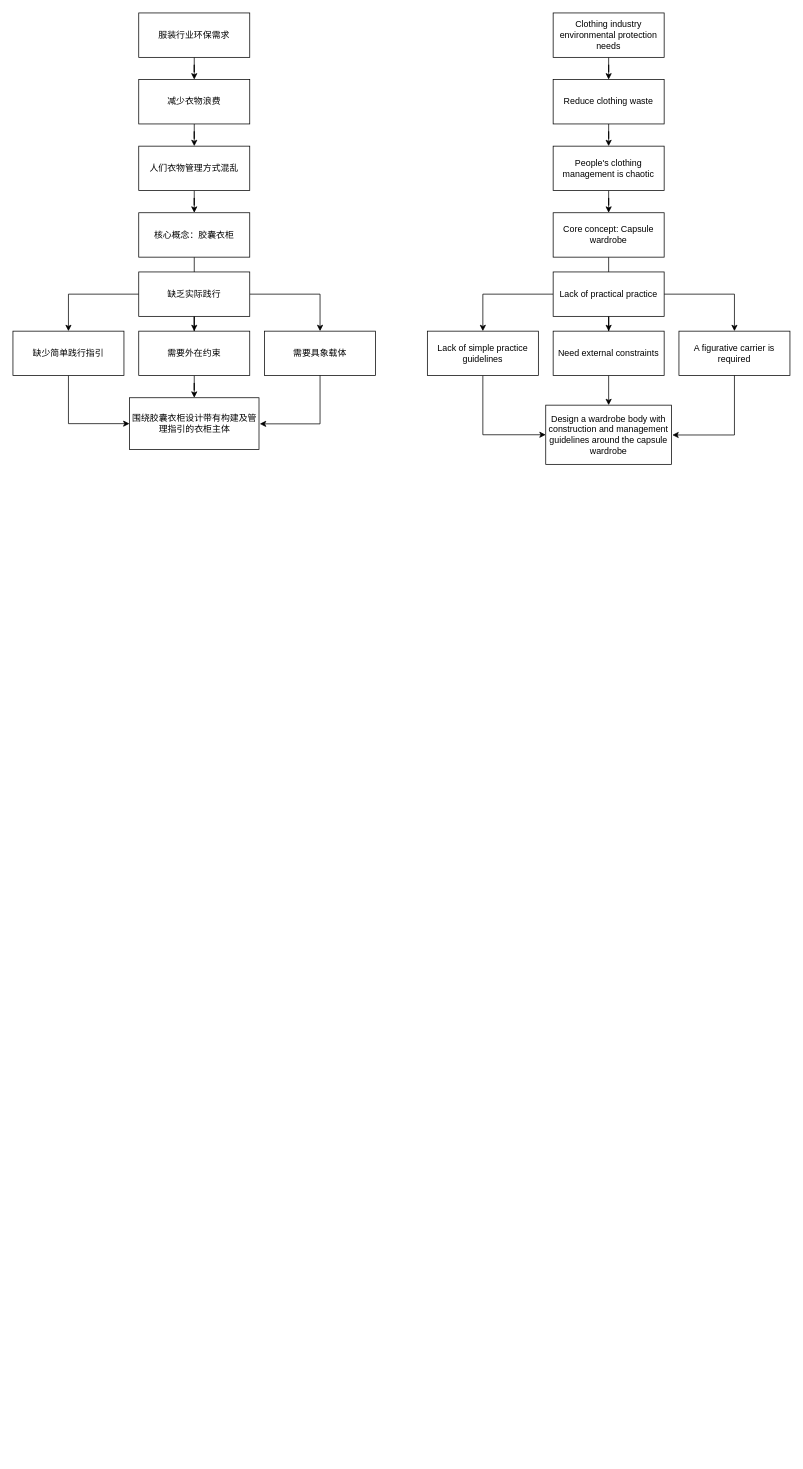
x1528045870/x1528045870 keeps this draw.io diagram as wardrobe capsule.drawio. Above is the earlier version. Source tidied: cells renumbered, new cells numbered last; positions are measured from the earlier drawing's top-left corner, leaving out a move shared by most shapes. Both pictures are drawn from the tidied source at 74%, with x=0, y=0 at pixel (13, 13).
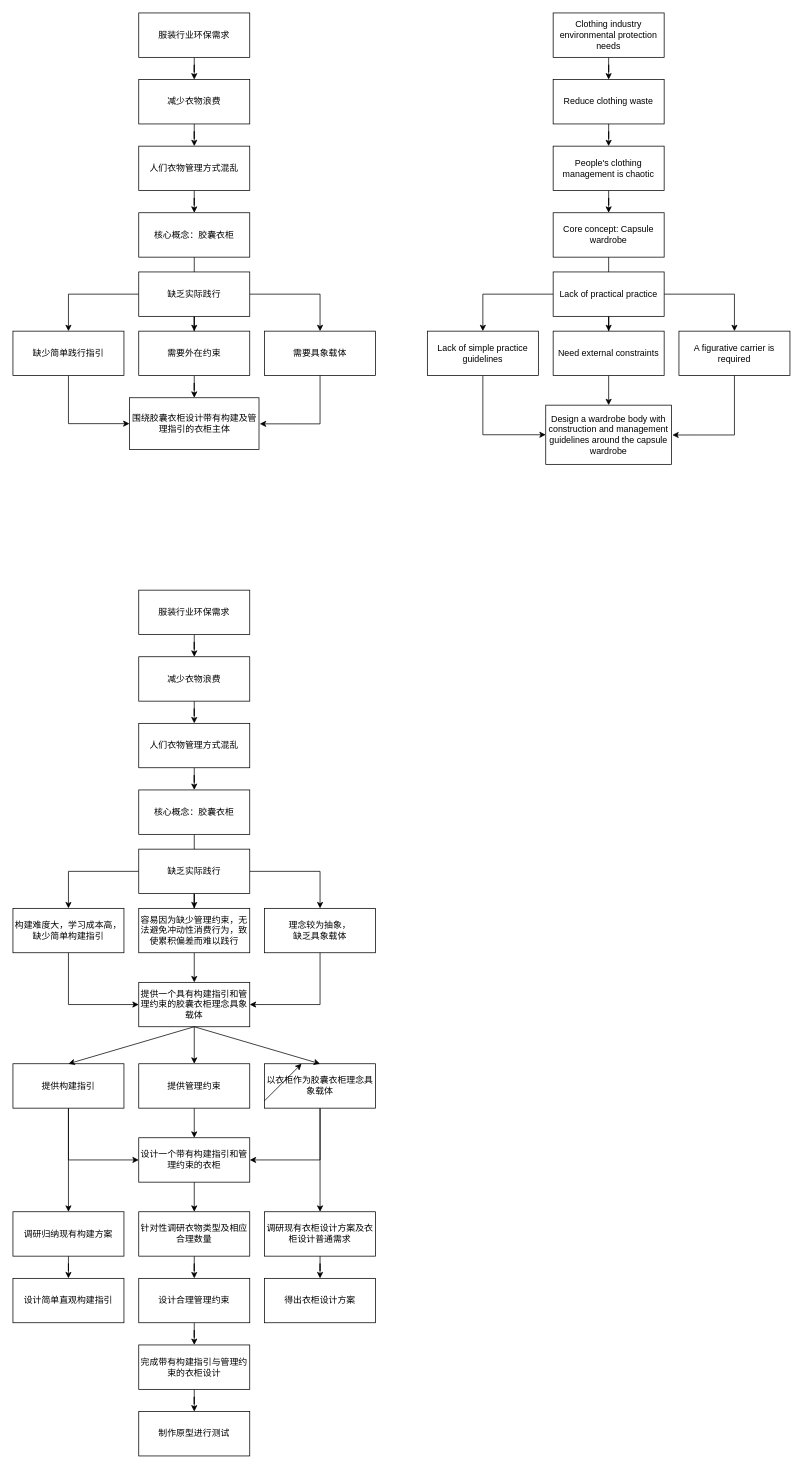
Above is the later version.

Diff of the diagram source:
```diff
@@
+    <mxCell id="40" style="edgeStyle=orthogonalEdgeStyle;rounded=0;jettySize=auto;html=1;" parent="1" edge="1" source="41">
+      <mxGeometry relative="1" as="geometry">
+        <mxPoint x="245" y="1190" as="targetPoint" />
+      </mxGeometry>
+    </mxCell>
+    <mxCell id="41" value="核心概念：胶囊衣柜" style="rounded=0;whiteSpace=wrap;html=1;" parent="1" vertex="1">
+      <mxGeometry x="170" y="1050" width="150" height="60" as="geometry" />
+    </mxCell>
+    <mxCell id="42" style="edgeStyle=orthogonalEdgeStyle;rounded=0;jettySize=auto;html=1;" parent="1" edge="1" source="43" target="45">
+      <mxGeometry relative="1" as="geometry" />
+    </mxCell>
+    <mxCell id="43" value="服装行业环保需求" style="rounded=0;whiteSpace=wrap;html=1;" parent="1" vertex="1">
+      <mxGeometry x="170" y="780" width="150" height="60" as="geometry" />
+    </mxCell>
+    <mxCell id="44" style="edgeStyle=orthogonalEdgeStyle;rounded=0;jettySize=auto;html=1;" parent="1" edge="1" source="45" target="47">
+      <mxGeometry relative="1" as="geometry" />
+    </mxCell>
+    <mxCell id="45" value="减少衣物浪费" style="rounded=0;whiteSpace=wrap;html=1;" parent="1" vertex="1">
+      <mxGeometry x="170" y="870" width="150" height="60" as="geometry" />
+    </mxCell>
+    <mxCell id="46" style="edgeStyle=orthogonalEdgeStyle;rounded=0;jettySize=auto;html=1;" parent="1" edge="1" source="47" target="41">
+      <mxGeometry relative="1" as="geometry" />
+    </mxCell>
+    <mxCell id="47" value="人们衣物管理方式混乱" style="rounded=0;whiteSpace=wrap;html=1;" parent="1" vertex="1">
+      <mxGeometry x="170" y="960" width="150" height="60" as="geometry" />
+    </mxCell>
+    <mxCell id="48" style="edgeStyle=orthogonalEdgeStyle;rounded=0;jettySize=auto;html=1;" parent="1" edge="1" source="51" target="53">
+      <mxGeometry relative="1" as="geometry" />
+    </mxCell>
+    <mxCell id="49" style="edgeStyle=orthogonalEdgeStyle;rounded=0;jettySize=auto;html=1;" parent="1" edge="1" source="51" target="52">
+      <mxGeometry relative="1" as="geometry" />
+    </mxCell>
+    <mxCell id="50" style="edgeStyle=orthogonalEdgeStyle;rounded=0;jettySize=auto;html=1;" parent="1" edge="1" source="51" target="55">
+      <mxGeometry relative="1" as="geometry" />
+    </mxCell>
+    <mxCell id="51" value="缺乏实际践行" style="rounded=0;whiteSpace=wrap;html=1;" parent="1" vertex="1">
+      <mxGeometry x="170" y="1130" width="150" height="60" as="geometry" />
+    </mxCell>
+    <mxCell id="52" value="构建难度大，学习成本高，缺少简单构建指引" style="rounded=0;whiteSpace=wrap;html=1;" parent="1" vertex="1">
+      <mxGeometry y="1210" width="150" height="60" as="geometry" />
+    </mxCell>
+    <mxCell id="53" value="理念较为抽象，&lt;br&gt;缺乏具象载体" style="rounded=0;whiteSpace=wrap;html=1;" parent="1" vertex="1">
+      <mxGeometry x="340" y="1210" width="150" height="60" as="geometry" />
+    </mxCell>
+    <mxCell id="54" style="edgeStyle=orthogonalEdgeStyle;rounded=0;jettySize=auto;html=1;" parent="1" edge="1" source="55" target="57">
+      <mxGeometry relative="1" as="geometry" />
+    </mxCell>
+    <mxCell id="55" value="容易因为缺少管理约束，无法避免冲动性消费行为，致使累积偏差而难以践行" style="rounded=0;whiteSpace=wrap;html=1;" parent="1" vertex="1">
+      <mxGeometry x="170" y="1210" width="150" height="60" as="geometry" />
+    </mxCell>
+    <mxCell id="56" style="edgeStyle=orthogonalEdgeStyle;rounded=0;jettySize=auto;html=1;" parent="1" edge="1" source="57" target="64">
+      <mxGeometry relative="1" as="geometry" />
+    </mxCell>
+    <mxCell id="57" value="提供一个具有构建指引和管理约束的胶囊衣柜理念具象载体" style="rounded=0;whiteSpace=wrap;html=1;" parent="1" vertex="1">
+      <mxGeometry x="170" y="1310" width="150" height="60" as="geometry" />
+    </mxCell>
+    <mxCell id="58" style="endArrow=classic;html=1;rounded=0;exitX=0.5;exitY=1;exitDx=0;exitDy=0;entryX=0;entryY=0.5;entryDx=0;entryDy=0;" parent="1" edge="1" source="52" target="57">
+      <mxGeometry relative="1" as="geometry">
+        <Array as="points">
+          <mxPoint x="75" y="1340" />
+        </Array>
+      </mxGeometry>
+    </mxCell>
+    <mxCell id="59" style="endArrow=classic;html=1;rounded=0;exitX=0.5;exitY=1;exitDx=0;exitDy=0;entryX=1;entryY=0.5;entryDx=0;entryDy=0;" parent="1" edge="1" source="53" target="57">
+      <mxGeometry relative="1" as="geometry">
+        <Array as="points">
+          <mxPoint x="415" y="1340" />
+        </Array>
+      </mxGeometry>
+    </mxCell>
+    <mxCell id="60" style="edgeStyle=orthogonalEdgeStyle;rounded=0;jettySize=auto;html=1;entryX=0;entryY=0.5;entryDx=0;entryDy=0;" parent="1" edge="1" source="62" target="71">
+      <mxGeometry relative="1" as="geometry">
+        <Array as="points">
+          <mxPoint x="75" y="1550" />
+        </Array>
+      </mxGeometry>
+    </mxCell>
+    <mxCell id="61" style="edgeStyle=orthogonalEdgeStyle;rounded=0;jettySize=auto;html=1;exitX=0.5;exitY=1;exitDx=0;exitDy=0;entryX=0.5;entryY=0;entryDx=0;entryDy=0;" parent="1" edge="1" source="62" target="73">
+      <mxGeometry relative="1" as="geometry">
+        <Array as="points">
+          <mxPoint x="75" y="1530" />
+          <mxPoint x="75" y="1530" />
+        </Array>
+      </mxGeometry>
+    </mxCell>
+    <mxCell id="62" value="提供构建指引" style="rounded=0;whiteSpace=wrap;html=1;" parent="1" vertex="1">
+      <mxGeometry y="1420" width="150" height="60" as="geometry" />
+    </mxCell>
+    <mxCell id="63" style="edgeStyle=orthogonalEdgeStyle;rounded=0;jettySize=auto;html=1;" parent="1" edge="1" source="64" target="71">
+      <mxGeometry relative="1" as="geometry" />
+    </mxCell>
+    <mxCell id="64" value="提供管理约束" style="rounded=0;whiteSpace=wrap;html=1;" parent="1" vertex="1">
+      <mxGeometry x="170" y="1420" width="150" height="60" as="geometry" />
+    </mxCell>
+    <mxCell id="65" style="endArrow=classic;html=1;rounded=0;exitX=0.5;exitY=1;exitDx=0;exitDy=0;entryX=0.5;entryY=0;entryDx=0;entryDy=0;" parent="1" edge="1" source="57" target="62">
+      <mxGeometry relative="1" as="geometry" />
+    </mxCell>
+    <mxCell id="66" style="edgeStyle=orthogonalEdgeStyle;rounded=0;jettySize=auto;html=1;entryX=1;entryY=0.5;entryDx=0;entryDy=0;" parent="1" edge="1" source="68" target="71">
+      <mxGeometry relative="1" as="geometry">
+        <Array as="points">
+          <mxPoint x="415" y="1550" />
+        </Array>
+      </mxGeometry>
+    </mxCell>
+    <mxCell id="67" style="edgeStyle=orthogonalEdgeStyle;rounded=0;jettySize=auto;html=1;" parent="1" edge="1" source="68" target="77">
+      <mxGeometry relative="1" as="geometry" />
+    </mxCell>
+    <mxCell id="68" value="以衣柜作为胶囊衣柜理念具象载体" style="rounded=0;whiteSpace=wrap;html=1;" parent="1" vertex="1">
+      <mxGeometry x="340" y="1420" width="150" height="60" as="geometry" />
+    </mxCell>
+    <mxCell id="69" style="endArrow=classic;html=1;rounded=0;exitX=0.5;exitY=1;exitDx=0;exitDy=0;entryX=0.5;entryY=0;entryDx=0;entryDy=0;" parent="1" edge="1" source="57" target="68">
+      <mxGeometry relative="1" as="geometry" />
+    </mxCell>
+    <mxCell id="70" style="edgeStyle=orthogonalEdgeStyle;rounded=0;jettySize=auto;html=1;" parent="1" edge="1" source="71" target="75">
+      <mxGeometry relative="1" as="geometry" />
+    </mxCell>
+    <mxCell id="71" value="设计一个带有构建指引和管理约束的衣柜" style="rounded=0;whiteSpace=wrap;html=1;" parent="1" vertex="1">
+      <mxGeometry x="170" y="1520" width="150" height="60" as="geometry" />
+    </mxCell>
+    <mxCell id="72" style="edgeStyle=orthogonalEdgeStyle;rounded=0;jettySize=auto;html=1;" parent="1" edge="1" source="73" target="78">
+      <mxGeometry relative="1" as="geometry" />
+    </mxCell>
+    <mxCell id="73" value="调研归纳现有构建方案" style="rounded=0;whiteSpace=wrap;html=1;" parent="1" vertex="1">
+      <mxGeometry y="1620" width="150" height="60" as="geometry" />
+    </mxCell>
+    <mxCell id="74" style="edgeStyle=orthogonalEdgeStyle;rounded=0;jettySize=auto;html=1;" parent="1" edge="1" source="75" target="81">
+      <mxGeometry relative="1" as="geometry" />
+    </mxCell>
+    <mxCell id="75" value="针对性调研衣物类型及相应合理数量" style="rounded=0;whiteSpace=wrap;html=1;" parent="1" vertex="1">
+      <mxGeometry x="170" y="1620" width="150" height="60" as="geometry" />
+    </mxCell>
+    <mxCell id="76" style="edgeStyle=orthogonalEdgeStyle;rounded=0;jettySize=auto;html=1;" parent="1" edge="1" source="77" target="82">
+      <mxGeometry relative="1" as="geometry" />
+    </mxCell>
+    <mxCell id="77" value="调研现有衣柜设计方案及衣柜设计普通需求" style="rounded=0;whiteSpace=wrap;html=1;" parent="1" vertex="1">
+      <mxGeometry x="340" y="1620" width="150" height="60" as="geometry" />
+    </mxCell>
+    <mxCell id="78" value="设计简单直观构建指引" style="rounded=0;whiteSpace=wrap;html=1;" parent="1" vertex="1">
+      <mxGeometry y="1710" width="150" height="60" as="geometry" />
+    </mxCell>
+    <mxCell id="79" style="endArrow=classic;html=1;rounded=0;" parent="1" edge="1">
+      <mxGeometry relative="1" as="geometry">
+        <mxPoint x="340" y="1470" as="sourcePoint" />
+        <mxPoint x="390" y="1420" as="targetPoint" />
+      </mxGeometry>
+    </mxCell>
+    <mxCell id="80" style="edgeStyle=orthogonalEdgeStyle;rounded=0;jettySize=auto;html=1;" parent="1" edge="1" source="81" target="84">
+      <mxGeometry relative="1" as="geometry" />
+    </mxCell>
+    <mxCell id="81" value="设计合理管理约束" style="rounded=0;whiteSpace=wrap;html=1;" parent="1" vertex="1">
+      <mxGeometry x="170" y="1710" width="150" height="60" as="geometry" />
+    </mxCell>
+    <mxCell id="82" value="得出衣柜设计方案" style="rounded=0;whiteSpace=wrap;html=1;" parent="1" vertex="1">
+      <mxGeometry x="340" y="1710" width="150" height="60" as="geometry" />
+    </mxCell>
+    <mxCell id="83" style="edgeStyle=orthogonalEdgeStyle;rounded=0;jettySize=auto;html=1;" parent="1" edge="1" source="84" target="85">
+      <mxGeometry relative="1" as="geometry" />
+    </mxCell>
+    <mxCell id="84" value="完成带有构建指引与管理约束的衣柜设计" style="rounded=0;whiteSpace=wrap;html=1;" parent="1" vertex="1">
+      <mxGeometry x="170" y="1800" width="150" height="60" as="geometry" />
+    </mxCell>
+    <mxCell id="85" value="制作原型进行测试" style="rounded=0;whiteSpace=wrap;html=1;" parent="1" vertex="1">
+      <mxGeometry x="170" y="1890" width="150" height="60" as="geometry" />
+    </mxCell>
```
